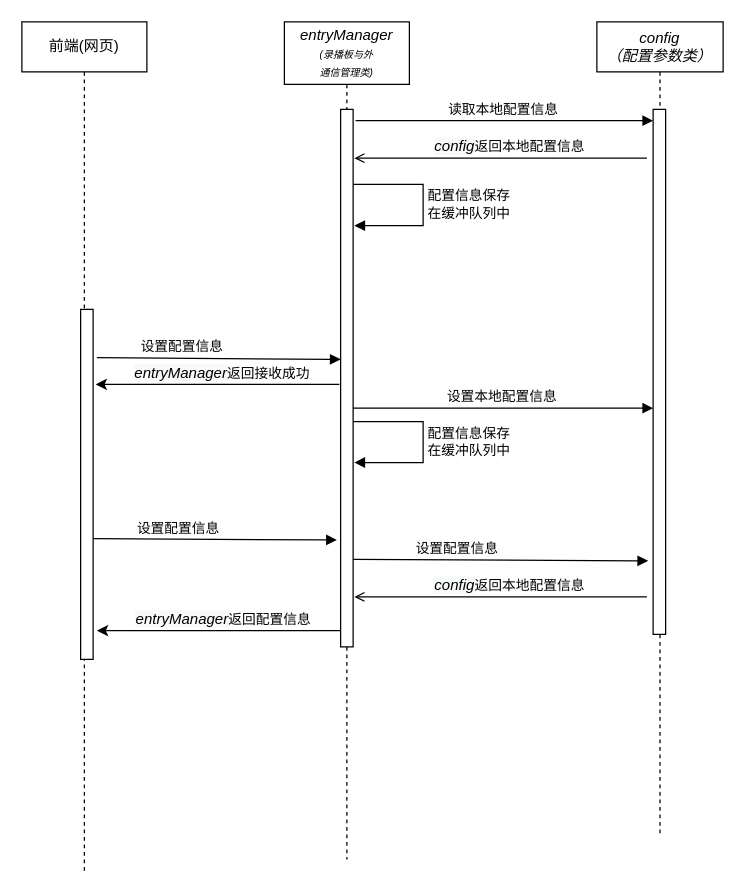
Earlier version of the draw.io diagram 录播get模块.drawio (huangPeiLc/drawio). Source tidied: cells renumbered, new cells numbered last; positions are measured from the earlier drawing's top-left corner, leaving out a move shared by most shapes. Both pictures are drawn from the tidied source at 125%, with x=0, y=0 at pixel (21, 21).
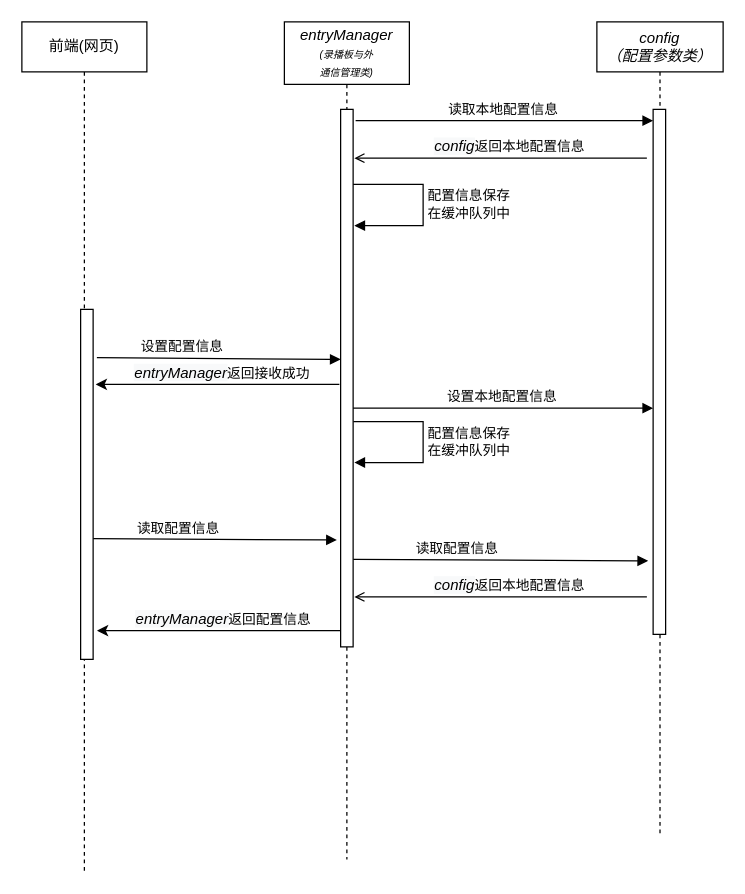
Above is the later version.

The change refers to these unchanged cells:
```xml
<mxCell id="7" style="html=1;points=[];perimeter=orthogonalPerimeter;" parent="6" vertex="1">
  <mxGeometry x="45" y="70" width="10" height="420" as="geometry" />
</mxCell>
```

Diff of the diagram source:
```diff
@@
-    <mxCell id="15" value="设置配置信息" style="html=1;verticalAlign=bottom;endArrow=block;exitX=1.3;exitY=0.138;exitDx=0;exitDy=0;exitPerimeter=0;" parent="1" edge="1">
+    <mxCell id="15" value="读取配置信息" style="html=1;verticalAlign=bottom;endArrow=block;exitX=1.3;exitY=0.138;exitDx=0;exitDy=0;exitPerimeter=0;" parent="1" edge="1">
       <mxGeometry x="-0.3" relative="1" as="geometry">
         <mxPoint x="57.1" y="413.4" as="sourcePoint" />
         <mxPoint x="252" y="414.5" as="targetPoint" />
       </mxGeometry>
     </mxCell>
-    <mxCell id="16" value="设置配置信息" style="html=1;verticalAlign=bottom;endArrow=block;exitX=1.3;exitY=0.138;exitDx=0;exitDy=0;exitPerimeter=0;entryX=-0.4;entryY=0.86;entryDx=0;entryDy=0;entryPerimeter=0;" parent="1" edge="1" target="7">
+    <mxCell id="16" value="读取配置信息" style="html=1;verticalAlign=bottom;endArrow=block;exitX=1.3;exitY=0.138;exitDx=0;exitDy=0;exitPerimeter=0;entryX=-0.4;entryY=0.86;entryDx=0;entryDy=0;entryPerimeter=0;" parent="1" edge="1" target="7">
       <mxGeometry x="-0.3" relative="1" as="geometry">
         <mxPoint x="265.1" y="429.9" as="sourcePoint" />
       </mxGeometry>
     </mxCell>
```
